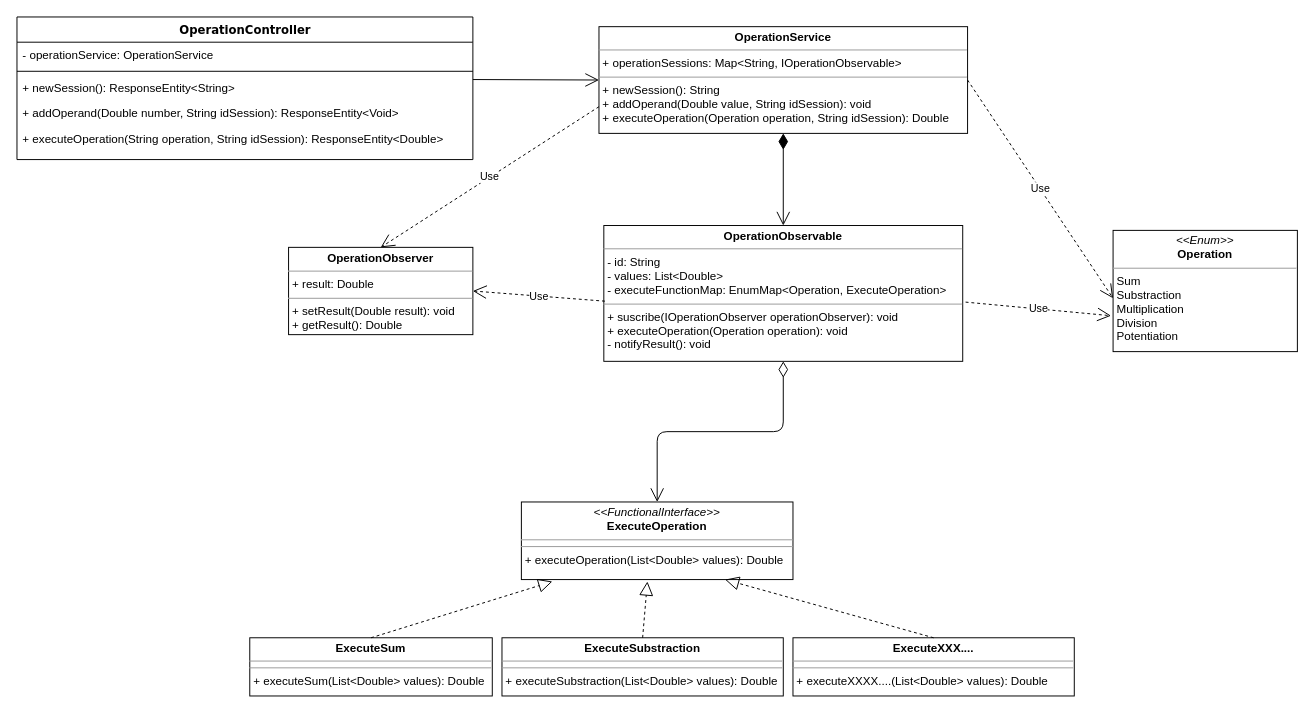
Before: Untitled Diagram.drawio in enavarrom/operatortest, a draw.io diagram. Source tidied: cells renumbered, new cells numbered last; positions are measured from the earlier drawing's top-left corner, leaving out a move shared by most shapes. Both pictures are drawn from the tidied source at 97%, with x=0, y=0 at pixel (16, 16).
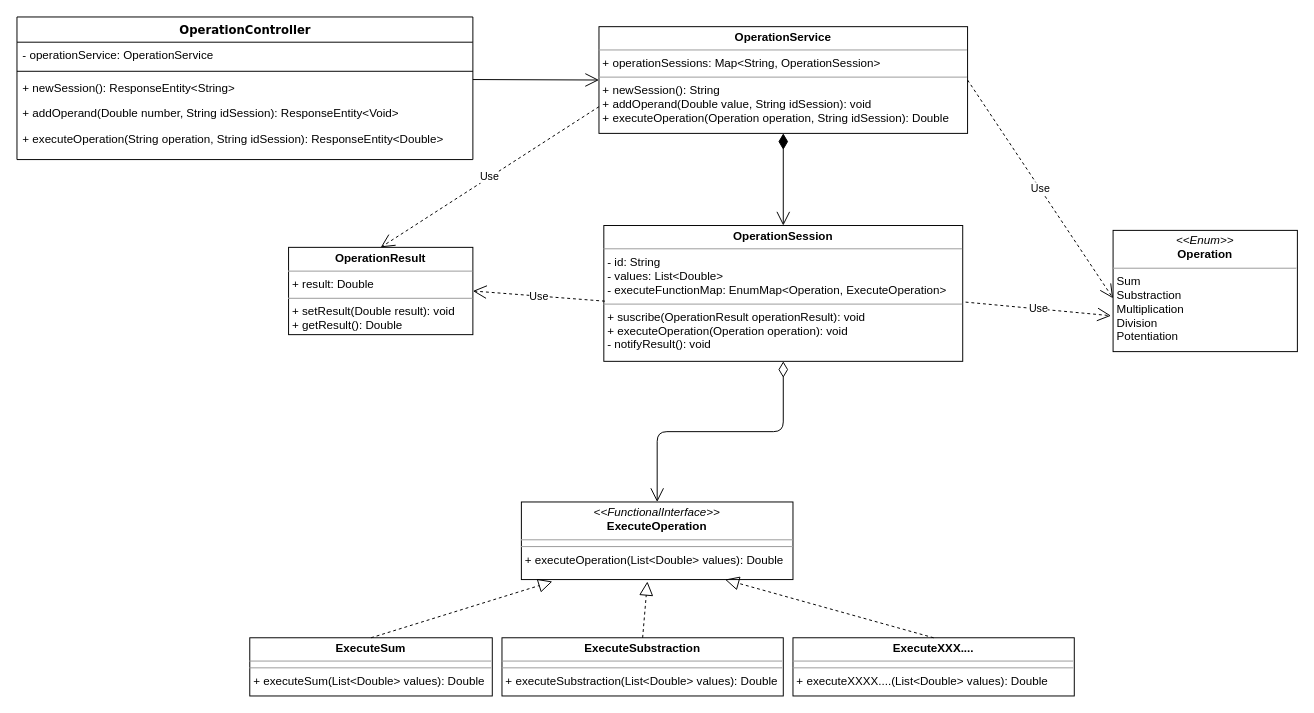
Above is the later version.

What changed in the source:
```diff
@@
-    <mxCell id="8" value="&lt;p style=&quot;margin: 0px ; margin-top: 4px ; text-align: center&quot;&gt;&lt;b&gt;OperationObserver&lt;/b&gt;&lt;/p&gt;&lt;hr size=&quot;1&quot;&gt;&lt;p style=&quot;margin: 0px ; margin-left: 4px&quot;&gt;+ result: Double&lt;br&gt;&lt;/p&gt;&lt;hr size=&quot;1&quot;&gt;&lt;p style=&quot;margin: 0px ; margin-left: 4px&quot;&gt;+ setResult(Double result): void&lt;/p&gt;&lt;p style=&quot;margin: 0px ; margin-left: 4px&quot;&gt;+ getResult(): Double&lt;br&gt;&lt;/p&gt;" style="verticalAlign=top;align=left;overflow=fill;fontSize=12;fontFamily=Helvetica;html=1;" parent="1" vertex="1">
+    <mxCell id="8" value="&lt;p style=&quot;margin: 0px ; margin-top: 4px ; text-align: center&quot;&gt;&lt;b&gt;OperationResult&lt;/b&gt;&lt;/p&gt;&lt;hr size=&quot;1&quot;&gt;&lt;p style=&quot;margin: 0px ; margin-left: 4px&quot;&gt;+ result: Double&lt;br&gt;&lt;/p&gt;&lt;hr size=&quot;1&quot;&gt;&lt;p style=&quot;margin: 0px ; margin-left: 4px&quot;&gt;+ setResult(Double result): void&lt;/p&gt;&lt;p style=&quot;margin: 0px ; margin-left: 4px&quot;&gt;+ getResult(): Double&lt;br&gt;&lt;/p&gt;" style="verticalAlign=top;align=left;overflow=fill;fontSize=12;fontFamily=Helvetica;html=1;" parent="1" vertex="1">
       <mxGeometry x="280" y="237.5" width="190" height="90" as="geometry" />
     </mxCell>
@@
-    <mxCell id="10" value="&lt;p style=&quot;margin: 0px ; margin-top: 4px ; text-align: center&quot;&gt;&lt;b&gt;OperationObservable&lt;/b&gt;&lt;/p&gt;&lt;hr size=&quot;1&quot;&gt;&lt;p style=&quot;margin: 0px ; margin-left: 4px&quot;&gt;- id: String&lt;br&gt;- values: List&amp;lt;Double&amp;gt;&lt;/p&gt;&lt;p style=&quot;margin: 0px ; margin-left: 4px&quot;&gt;- executeFunctionMap: EnumMap&amp;lt;Operation, ExecuteOperation&amp;gt;&lt;br&gt;&lt;/p&gt;&lt;hr size=&quot;1&quot;&gt;&lt;p style=&quot;margin: 0px ; margin-left: 4px&quot;&gt;+ suscribe(IOperationObserver operationObserver): void&lt;br&gt;+ executeOperation(Operation operation): void&lt;/p&gt;&lt;p style=&quot;margin: 0px ; margin-left: 4px&quot;&gt;- notifyResult(): void&lt;br&gt;&lt;/p&gt;" style="verticalAlign=top;align=left;overflow=fill;fontSize=12;fontFamily=Helvetica;html=1;" parent="1" vertex="1">
+    <mxCell id="10" value="&lt;p style=&quot;margin: 0px ; margin-top: 4px ; text-align: center&quot;&gt;&lt;b&gt;OperationSession&lt;/b&gt;&lt;/p&gt;&lt;hr size=&quot;1&quot;&gt;&lt;p style=&quot;margin: 0px ; margin-left: 4px&quot;&gt;- id: String&lt;br&gt;- values: List&amp;lt;Double&amp;gt;&lt;/p&gt;&lt;p style=&quot;margin: 0px ; margin-left: 4px&quot;&gt;- executeFunctionMap: EnumMap&amp;lt;Operation, ExecuteOperation&amp;gt;&lt;br&gt;&lt;/p&gt;&lt;hr size=&quot;1&quot;&gt;&lt;p style=&quot;margin: 0px ; margin-left: 4px&quot;&gt;+ suscribe(OperationResult operationResult): void&lt;br&gt;+ executeOperation(Operation operation): void&lt;/p&gt;&lt;p style=&quot;margin: 0px ; margin-left: 4px&quot;&gt;- notifyResult(): void&lt;br&gt;&lt;/p&gt;" style="verticalAlign=top;align=left;overflow=fill;fontSize=12;fontFamily=Helvetica;html=1;" parent="1" vertex="1">
       <mxGeometry x="605" y="215" width="370" height="140" as="geometry" />
     </mxCell>
-    <mxCell id="11" value="&lt;p style=&quot;margin: 0px ; margin-top: 4px ; text-align: center&quot;&gt;&lt;b&gt;OperationService&lt;/b&gt;&lt;br&gt;&lt;/p&gt;&lt;hr size=&quot;1&quot;&gt;&lt;p style=&quot;margin: 0px ; margin-left: 4px&quot;&gt;+ operationSessions: Map&amp;lt;String, IOperationObservable&amp;gt;&lt;/p&gt;&lt;hr size=&quot;1&quot;&gt;&lt;p style=&quot;margin: 0px ; margin-left: 4px&quot;&gt;+ newSession(): String&lt;/p&gt;&lt;p style=&quot;margin: 0px ; margin-left: 4px&quot;&gt;+ addOperand(Double value, String idSession): void&lt;/p&gt;&lt;p style=&quot;margin: 0px ; margin-left: 4px&quot;&gt;+ executeOperation(Operation operation, String idSession): Double&lt;br&gt;&lt;/p&gt;" style="verticalAlign=top;align=left;overflow=fill;fontSize=12;fontFamily=Helvetica;html=1;" parent="1" vertex="1">
+    <mxCell id="11" value="&lt;p style=&quot;margin: 0px ; margin-top: 4px ; text-align: center&quot;&gt;&lt;b&gt;OperationService&lt;/b&gt;&lt;br&gt;&lt;/p&gt;&lt;hr size=&quot;1&quot;&gt;&lt;p style=&quot;margin: 0px ; margin-left: 4px&quot;&gt;+ operationSessions: Map&amp;lt;String, OperationSession&amp;gt;&lt;/p&gt;&lt;hr size=&quot;1&quot;&gt;&lt;p style=&quot;margin: 0px ; margin-left: 4px&quot;&gt;+ newSession(): String&lt;/p&gt;&lt;p style=&quot;margin: 0px ; margin-left: 4px&quot;&gt;+ addOperand(Double value, String idSession): void&lt;/p&gt;&lt;p style=&quot;margin: 0px ; margin-left: 4px&quot;&gt;+ executeOperation(Operation operation, String idSession): Double&lt;br&gt;&lt;/p&gt;" style="verticalAlign=top;align=left;overflow=fill;fontSize=12;fontFamily=Helvetica;html=1;" parent="1" vertex="1">
       <mxGeometry x="600" y="10" width="380" height="110" as="geometry" />
     </mxCell>
```
